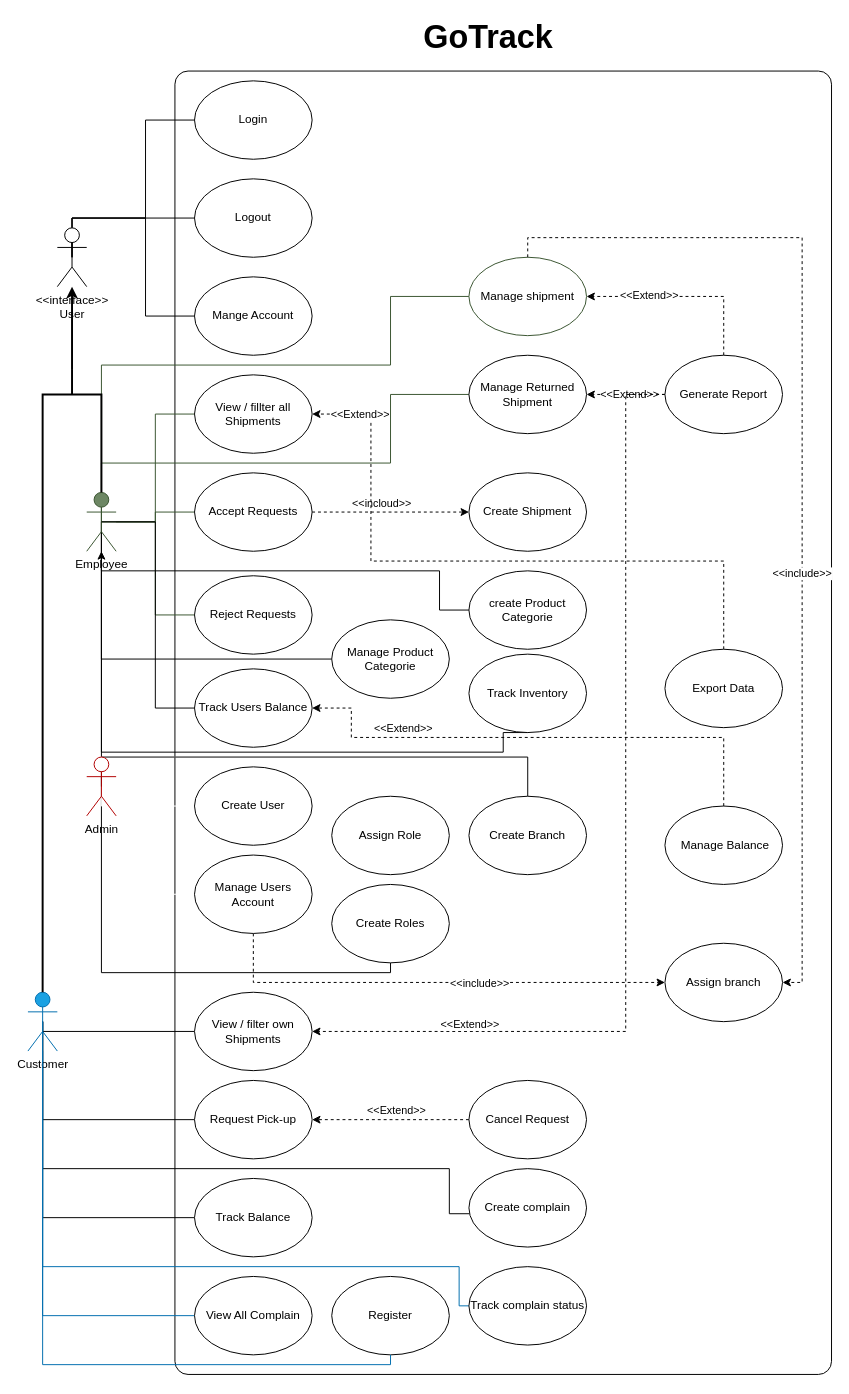
Before: GoTrack_UseCase.drawio in HelwanDevs/GoTrack-Logistic-System, a draw.io diagram. Source tidied: cells renumbered, new cells numbered last; positions are measured from the earlier drawing's top-left corner, leaving out a move shared by most shapes. Both pictures are drawn from the tidied source at 98%, with x=0, y=0 at pixel (27, 22).
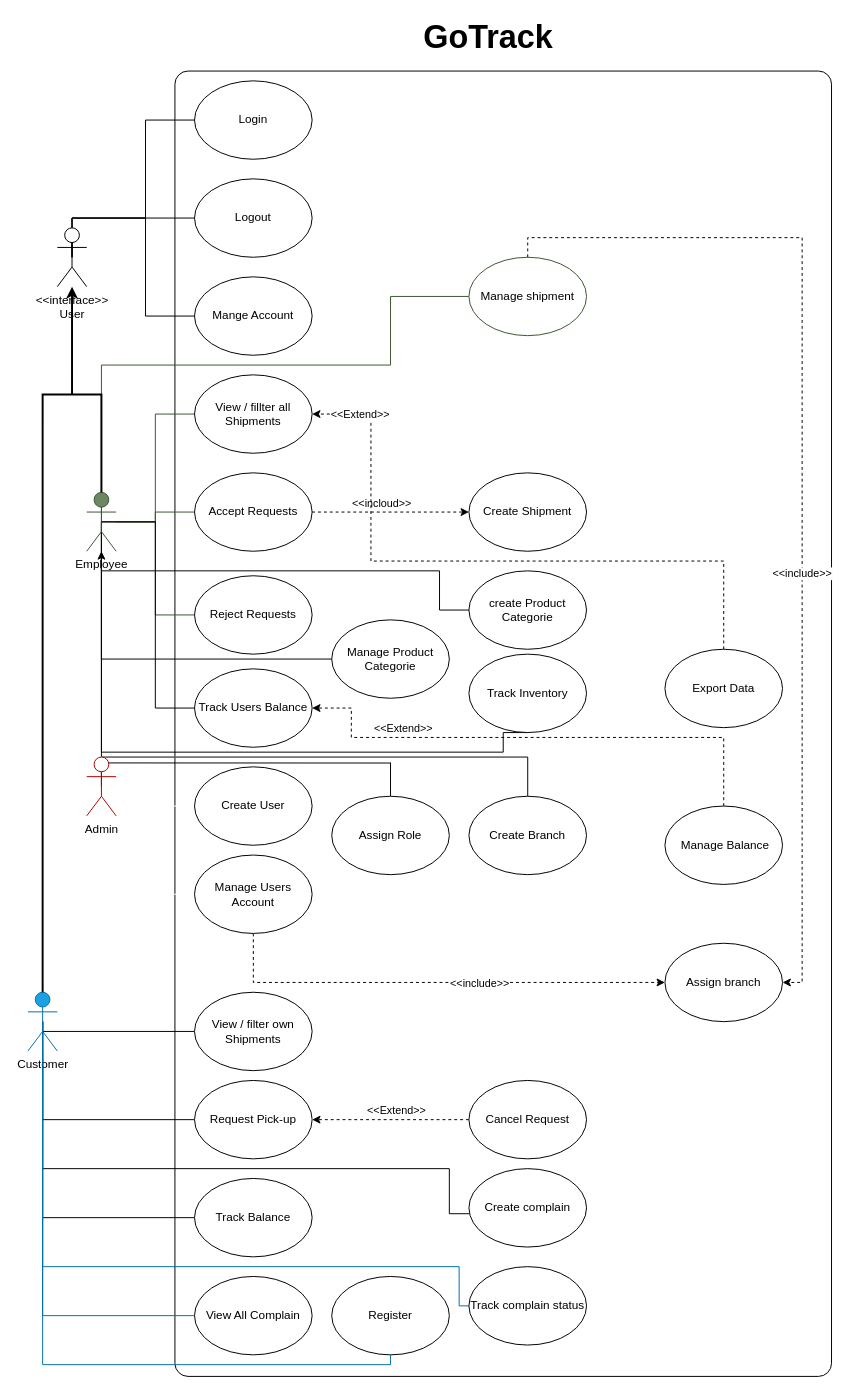
The same page after the edit.

Commit message:
Refactor: deleted use cases : create roles , manage returned shipments and  generate reports

The change refers to these unchanged cells:
```xml
<mxCell id="14" value="&lt;span style=&quot;color: light-dark(rgb(0, 0, 0), rgb(255, 255, 255));&quot;&gt;Employee&lt;/span&gt;" style="shape=umlActor;verticalLabelPosition=bottom;verticalAlign=top;html=1;outlineConnect=0;fillColor=#6d8764;fontColor=#ffffff;strokeColor=#3A5431;" parent="1" vertex="1">
  <mxGeometry x="60" y="480" width="30" height="60" as="geometry" />
</mxCell>
<mxCell id="29" value="&lt;span style=&quot;color: light-dark(rgb(0, 0, 0), rgb(255, 255, 255));&quot;&gt;Admin&lt;/span&gt;" style="shape=umlActor;verticalLabelPosition=bottom;verticalAlign=top;html=1;outlineConnect=0;fillColor=light-dark(#FFFFFF,#FF9281);fontColor=#ffffff;strokeColor=#B20000;" parent="1" vertex="1">
  <mxGeometry x="60" y="750" width="30" height="60" as="geometry" />
</mxCell>
<mxCell id="34" value="Manage shipment" style="ellipse;whiteSpace=wrap;html=1;strokeColor=light-dark(#3A5431,#9DB395);fillColor=default;" parent="1" vertex="1">
  <mxGeometry x="450" y="240" width="120" height="80" as="geometry" />
</mxCell>
<mxCell id="58" value="View / filter own Shipments" style="ellipse;whiteSpace=wrap;html=1;strokeColor=light-dark(#000000,#5C79A3);" parent="1" vertex="1">
  <mxGeometry x="170" y="990" width="120" height="80" as="geometry" />
</mxCell>
<mxCell id="72" value="Assign Role" style="ellipse;whiteSpace=wrap;html=1;strokeColor=light-dark(#000000,#FF9281);" parent="1" vertex="1">
  <mxGeometry x="310" y="790" width="120" height="80" as="geometry" />
</mxCell>
```

Diff of the diagram source:
```diff
@@
     <mxCell id="2" value="&amp;nbsp;&amp;nbsp;" style="rounded=1;whiteSpace=wrap;html=1;verticalAlign=top;arcSize=2;strokeColor=light-dark(#000000,#FF9281);" parent="1" vertex="1">
-      <mxGeometry x="150" y="50" width="670" height="1330" as="geometry" />
+      <mxGeometry x="150" y="50" width="670" height="1332" as="geometry" />
     </mxCell>
@@
-    <mxCell id="10" style="edgeStyle=orthogonalEdgeStyle;rounded=0;jettySize=auto;html=1;exitX=0.5;exitY=0.5;exitDx=0;exitDy=0;exitPerimeter=0;entryX=0;entryY=0.5;entryDx=0;entryDy=0;fillColor=#6d8764;strokeColor=#3A5431;endArrow=none;endFill=0;" parent="1" edge="1" source="14" target="41">
-      <mxGeometry relative="1" as="geometry">
-        <Array as="points">
-          <mxPoint x="75" y="450" />
-          <mxPoint x="370" y="450" />
-          <mxPoint x="370" y="380" />
-        </Array>
-      </mxGeometry>
-    </mxCell>
@@
-    <mxCell id="25" style="edgeStyle=orthogonalEdgeStyle;rounded=0;jettySize=auto;html=1;exitX=0.5;exitY=0.5;exitDx=0;exitDy=0;exitPerimeter=0;entryX=0.5;entryY=1;entryDx=0;entryDy=0;endArrow=none;endFill=0;strokeColor=light-dark(#000000,#FF9281);" parent="1" edge="1" target="71">
-      <mxGeometry relative="1" as="geometry">
-        <mxPoint x="75" y="770" as="sourcePoint" />
-        <Array as="points">
-          <mxPoint x="75" y="970" />
-        </Array>
-      </mxGeometry>
-    </mxCell>
@@
+    <mxCell id="85" style="html=1;exitX=0.75;exitY=0.1;exitDx=0;exitDy=0;exitPerimeter=0;endArrow=none;endFill=0;" parent="1" edge="1" source="29">
+      <mxGeometry relative="1" as="geometry">
+        <mxPoint x="370" y="756.1" as="targetPoint" />
+      </mxGeometry>
+    </mxCell>
@@
-    <mxCell id="41" value="Manage Returned Shipment" style="ellipse;whiteSpace=wrap;html=1;strokeColor=light-dark(#000000,#9DB395);" parent="1" vertex="1">
-      <mxGeometry x="450" y="340" width="120" height="80" as="geometry" />
-    </mxCell>
-    <mxCell id="42" style="edgeStyle=orthogonalEdgeStyle;rounded=0;jettySize=auto;html=1;entryX=1;entryY=0.5;entryDx=0;entryDy=0;dashed=1;" parent="1" edge="1" source="48" target="41">
-      <mxGeometry relative="1" as="geometry" />
-    </mxCell>
-    <mxCell id="43" value="&amp;lt;&amp;lt;Extend&amp;gt;&amp;gt;" style="edgeLabel;html=1;align=center;verticalAlign=middle;" parent="42" vertex="1">
-      <mxGeometry x="-0.08" y="-1" relative="1" as="geometry" />
-    </mxCell>
-    <mxCell id="44" style="edgeStyle=orthogonalEdgeStyle;rounded=0;jettySize=auto;html=1;exitX=0.5;exitY=0;exitDx=0;exitDy=0;entryX=1;entryY=0.5;entryDx=0;entryDy=0;dashed=1;" parent="1" edge="1" source="48" target="34">
-      <mxGeometry relative="1" as="geometry">
-        <Array as="points">
-          <mxPoint x="710" y="280" />
-        </Array>
-      </mxGeometry>
-    </mxCell>
-    <mxCell id="45" value="&amp;lt;&amp;lt;Extend&amp;gt;&amp;gt;" style="edgeLabel;html=1;align=center;verticalAlign=middle;" parent="44" vertex="1">
-      <mxGeometry x="0.37" y="-2" relative="1" as="geometry" />
-    </mxCell>
-    <mxCell id="46" style="edgeStyle=orthogonalEdgeStyle;rounded=0;jettySize=auto;html=1;entryX=1;entryY=0.5;entryDx=0;entryDy=0;dashed=1;" parent="1" edge="1" source="48" target="58">
-      <mxGeometry relative="1" as="geometry">
-        <Array as="points">
-          <mxPoint x="610" y="380" />
-          <mxPoint x="610" y="1030" />
-        </Array>
-      </mxGeometry>
-    </mxCell>
-    <mxCell id="47" value="&amp;lt;&amp;lt;Extend&amp;gt;&amp;gt;" style="edgeLabel;html=1;align=center;verticalAlign=middle;" parent="46" vertex="1">
-      <mxGeometry x="-0.21" relative="1" as="geometry">
-        <mxPoint x="-160" y="283" as="offset" />
-      </mxGeometry>
-    </mxCell>
-    <mxCell id="48" value="Generate Report" style="ellipse;whiteSpace=wrap;html=1;" parent="1" vertex="1">
-      <mxGeometry x="650" y="340" width="120" height="80" as="geometry" />
-    </mxCell>
@@
-    <mxCell id="71" value="Create Roles" style="ellipse;whiteSpace=wrap;html=1;strokeColor=light-dark(#000000,#FF9281);" parent="1" vertex="1">
-      <mxGeometry x="310" y="880" width="120" height="80" as="geometry" />
-    </mxCell>
+    <mxCell id="86" style="edgeStyle=none;html=1;exitX=0.5;exitY=0;exitDx=0;exitDy=0;endArrow=none;endFill=0;" parent="1" edge="1" source="72">
+      <mxGeometry relative="1" as="geometry">
+        <mxPoint x="370" y="755.6" as="targetPoint" />
+      </mxGeometry>
+    </mxCell>
```
